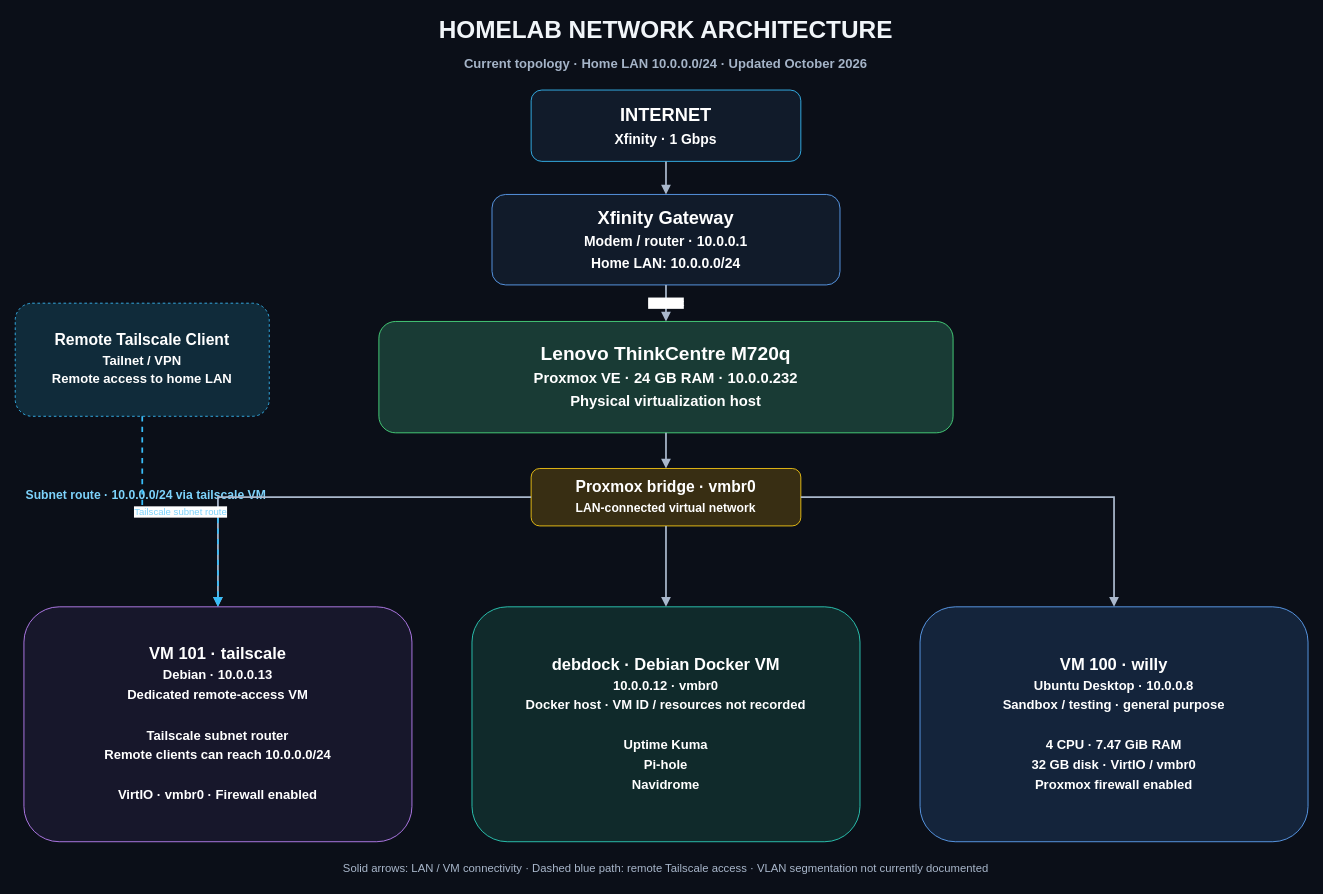
JoeyWillis024/infrastructure-lab- keeps this draw.io diagram as architecture/homelab-network-diagram-fixed.drawio. Above is the earlier version. Source tidied: cells renumbered, new cells numbered last; positions are measured from the earlier drawing's top-left corner, leaving out a move shared by most shapes. Both pictures are drawn from the tidied source at 87%, with x=0, y=0 at pixel (15, 16).
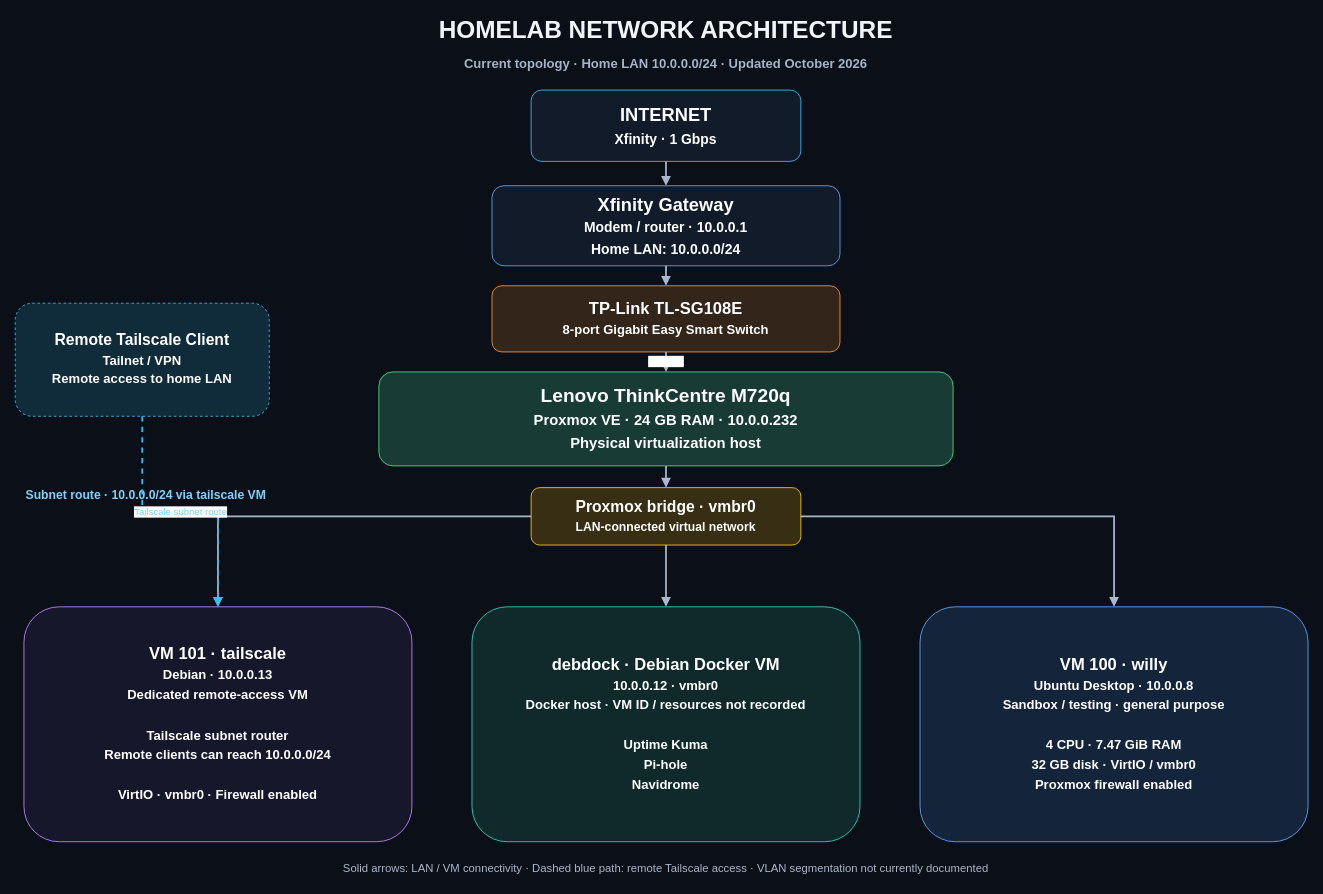
The same diagram, later.

Commit message (it also covers changes not shown here):
Add smart switch to homelab topology

The edit, as a diff of the source:
```diff
@@
     <mxCell id="4" value="Xfinity Gateway&lt;br&gt;&lt;font style=&quot;font-size:16px;&quot;&gt;Modem / router · 10.0.0.1&lt;br&gt;Home LAN: 10.0.0.0/24&lt;/font&gt;" style="rounded=1;whiteSpace=wrap;html=1;fillColor=#111b2a;strokeColor=#60a5fa;fontColor=#ffffff;fontSize=21;fontStyle=1;spacing=10;" parent="1" vertex="1">
-      <mxGeometry x="548" y="205" width="400" height="104" as="geometry" />
+      <mxGeometry x="548" y="195" width="400" height="92" as="geometry" />
     </mxCell>
+    <mxCell id="20" value="TP-Link TL-SG108E&lt;br&gt;&lt;font style=&quot;font-size:15px;&quot;&gt;8-port Gigabit Easy Smart Switch&lt;/font&gt;" style="rounded=1;whiteSpace=wrap;html=1;fillColor=#33251a;strokeColor=#fb923c;fontColor=#ffffff;fontSize=19;fontStyle=1;spacing=8;" parent="1" vertex="1">
+      <mxGeometry x="548" y="310" width="400" height="76" as="geometry" />
+    </mxCell>
     <mxCell id="5" value="Lenovo ThinkCentre M720q&lt;br&gt;&lt;font style=&quot;font-size:17px;&quot;&gt;Proxmox VE · 24 GB RAM · 10.0.0.232&lt;br&gt;Physical virtualization host&lt;/font&gt;" style="rounded=1;whiteSpace=wrap;html=1;fillColor=#193b35;strokeColor=#4ade80;fontColor=#ffffff;fontSize=22;fontStyle=1;spacing=10;" parent="1" vertex="1">
-      <mxGeometry x="418" y="351" width="660" height="128" as="geometry" />
+      <mxGeometry x="418" y="409" width="660" height="108" as="geometry" />
     </mxCell>
     <mxCell id="6" value="Proxmox bridge · vmbr0&lt;br&gt;&lt;font style=&quot;font-size:14px;&quot;&gt;LAN-connected virtual network&lt;/font&gt;" style="rounded=1;whiteSpace=wrap;html=1;fillColor=#382e13;strokeColor=#facc15;fontColor=#ffffff;fontSize=18;fontStyle=1;spacing=8;" parent="1" vertex="1">
-      <mxGeometry x="593" y="520" width="310" height="66" as="geometry" />
+      <mxGeometry x="593" y="542" width="310" height="66" as="geometry" />
     </mxCell>
@@
-    <mxCell id="14" value="Ethernet" style="edgeStyle=orthogonalEdgeStyle;rounded=0;jettySize=auto;html=1;strokeColor=#aab8cc;strokeWidth=2;endArrow=block;endFill=1;fontColor=#ffffff;" parent="1" edge="1" source="4" target="5">
+    <mxCell id="14" style="edgeStyle=orthogonalEdgeStyle;rounded=0;jettySize=auto;html=1;strokeColor=#aab8cc;strokeWidth=2;endArrow=block;endFill=1;" parent="1" edge="1" source="4" target="20">
       <mxGeometry relative="1" as="geometry" />
     </mxCell>
+    <mxCell id="21" value="Ethernet" style="edgeStyle=orthogonalEdgeStyle;rounded=0;jettySize=auto;html=1;strokeColor=#aab8cc;strokeWidth=2;endArrow=block;endFill=1;fontColor=#ffffff;" parent="1" edge="1" source="20" target="5">
+      <mxGeometry relative="1" as="geometry" />
+    </mxCell>
```
